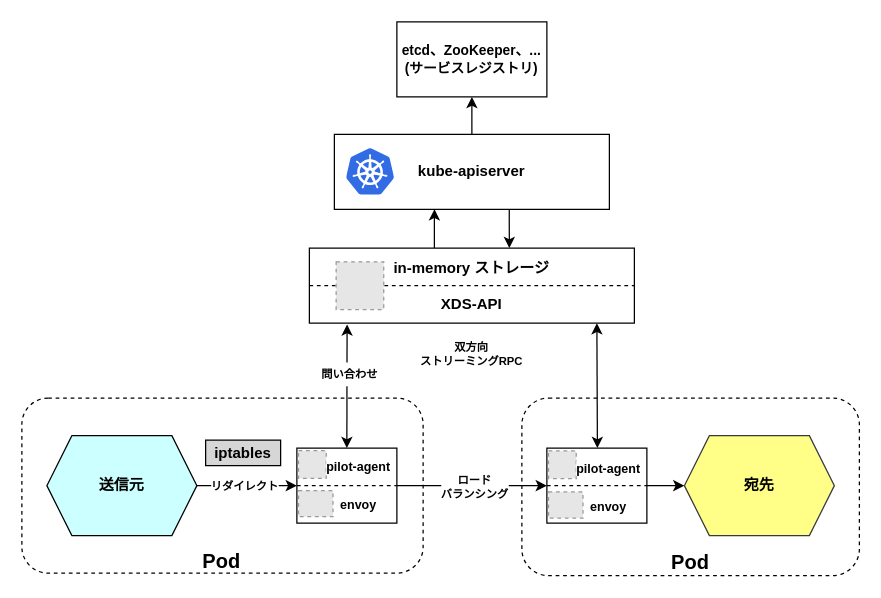
Earlier version of the draw.io diagram page "service-discovery_istio-proxy" (7 of 12) of images/service-discovery_istio.drawio (hiroki-it/tech-notebook_old). Source tidied: cells renumbered, new cells numbered last; positions are measured from the earlier drawing's top-left corner, leaving out a move shared by most shapes. Both pictures are drawn from the tidied source at 125%, with x=0, y=0 at pixel (21, 21). Pictures stored in the file or linked from it are replaced by grey dashed boxes.
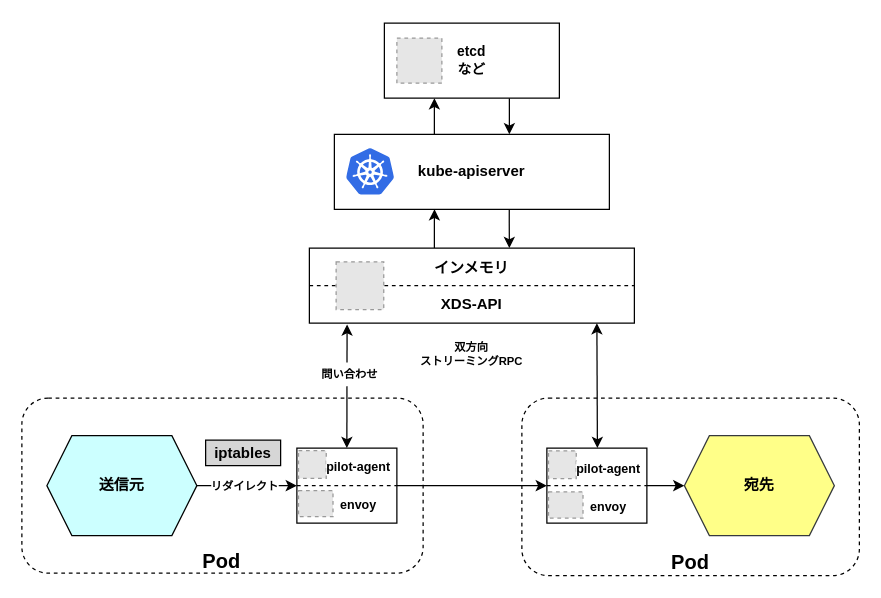
After the change.

The change refers to these unchanged cells:
```xml
<mxCell id="8" value="&lt;span style=&quot;color: rgba(0, 0, 0, 0); font-family: monospace; font-size: 0px; text-align: start; background-color: rgb(248, 249, 250);&quot;&gt;ろー&lt;/span&gt;" style="edgeStyle=orthogonalEdgeStyle;rounded=0;jettySize=auto;html=1;fontSize=17;entryX=0;entryY=0.5;entryDx=0;entryDy=0;exitX=1;exitY=0;exitDx=0;exitDy=0;" parent="1" edge="1" source="34" target="38">
  <mxGeometry relative="1" as="geometry">
    <Array as="points">
      <mxPoint x="310" y="371" />
      <mxPoint x="310" y="371" />
    </Array>
  </mxGeometry>
</mxCell>
<mxCell id="14" style="group;" parent="1" vertex="1">
  <mxGeometry x="240" y="181" width="250" height="60" as="geometry" />
</mxCell>
```

What changed in the source:
```diff
@@
-    <mxCell id="9" value="&lt;b&gt;ロード&lt;br&gt;バランシング&lt;/b&gt;" style="edgeLabel;html=1;align=center;verticalAlign=middle;fontSize=9;" parent="8" vertex="1">
-      <mxGeometry relative="1" as="geometry">
-        <mxPoint x="1" as="offset" />
-      </mxGeometry>
-    </mxCell>
@@
-    <mxCell id="15" value="&lt;b&gt;in-memory ストレージ&lt;br&gt;&lt;/b&gt;&lt;br&gt;&lt;b&gt;XDS-API&lt;/b&gt;" style="rounded=0;whiteSpace=wrap;html=1;" parent="14" vertex="1">
+    <mxCell id="15" value="&lt;b&gt;インメモリ&lt;br&gt;&lt;/b&gt;&lt;br&gt;&lt;b&gt;XDS-API&lt;/b&gt;" style="rounded=0;whiteSpace=wrap;html=1;" parent="14" vertex="1">
       <mxGeometry x="-10" width="260" height="60" as="geometry" />
     </mxCell>
@@
-    <mxCell id="21" style="edgeStyle=orthogonalEdgeStyle;rounded=0;jettySize=auto;html=1;entryX=0.5;entryY=1;entryDx=0;entryDy=0;" parent="1" edge="1" target="22">
-      <mxGeometry relative="1" as="geometry">
-        <mxPoint x="360" y="90" as="sourcePoint" />
-        <Array as="points">
-          <mxPoint x="360" y="70" />
-          <mxPoint x="360" y="70" />
-        </Array>
-      </mxGeometry>
-    </mxCell>
-    <mxCell id="22" value="&lt;b style=&quot;font-size: 11px;&quot;&gt;etcd、ZooKeeper、...&lt;br style=&quot;font-size: 11px;&quot;&gt;(サービスレジストリ)&lt;/b&gt;" style="rounded=0;whiteSpace=wrap;html=1;fontSize=11;" parent="1" vertex="1">
-      <mxGeometry x="300" width="120" height="60" as="geometry" />
-    </mxCell>
@@
+    <mxCell id="46" style="edgeStyle=orthogonalEdgeStyle;rounded=0;orthogonalLoop=1;jettySize=auto;html=1;exitX=0.25;exitY=0;exitDx=0;exitDy=0;" parent="1" edge="1">
+      <mxGeometry relative="1" as="geometry">
+        <mxPoint x="330" y="90" as="sourcePoint" />
+        <mxPoint x="330" y="61" as="targetPoint" />
+        <Array as="points">
+          <mxPoint x="330" y="61" />
+        </Array>
+      </mxGeometry>
+    </mxCell>
+    <mxCell id="47" style="edgeStyle=orthogonalEdgeStyle;rounded=0;orthogonalLoop=1;jettySize=auto;html=1;" parent="1" edge="1">
+      <mxGeometry relative="1" as="geometry">
+        <mxPoint x="390" y="61" as="sourcePoint" />
+        <mxPoint x="390" y="90" as="targetPoint" />
+        <Array as="points">
+          <mxPoint x="390" y="70" />
+          <mxPoint x="390" y="70" />
+        </Array>
+      </mxGeometry>
+    </mxCell>
+    <mxCell id="48" style="group;" parent="1" vertex="1">
+      <mxGeometry x="290" y="1" width="140" height="60" as="geometry" />
+    </mxCell>
+    <mxCell id="49" value="&lt;b style=&quot;font-size: 11px;&quot;&gt;etcd&lt;br&gt;など&lt;br&gt;&lt;/b&gt;" style="rounded=0;whiteSpace=wrap;html=1;fontSize=11;" parent="48" vertex="1">
+      <mxGeometry width="140" height="60" as="geometry" />
+    </mxCell>
+    <mxCell id="50" style="fillColor=#E6E6E6;strokeColor=#999999;dashed=1;" parent="48" vertex="1">
+      <mxGeometry x="10" y="12" width="36" height="36" as="geometry" />
+    </mxCell>
```
